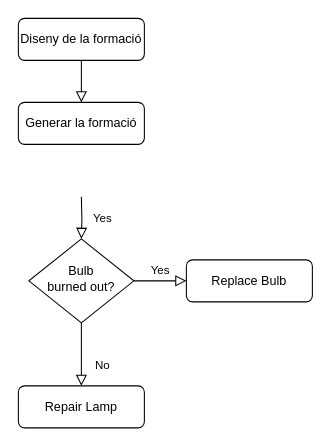
Before: draw.io/Diagrama de formació.drawio in cefirefp/cefirefp.github.io, a draw.io diagram. Source tidied: cells renumbered, new cells numbered last; positions are measured from the earlier drawing's top-left corner, leaving out a move shared by most shapes. Both pictures are drawn from the tidied source at 105%, with x=0, y=0 at pixel (18, 18).
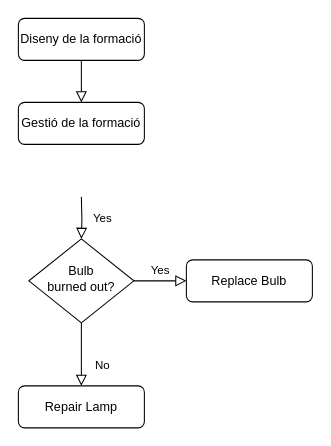
Above is the later version.

Diff of the diagram source:
```diff
@@
 <mxGraphModel>
   <root>
     <mxCell id="0" />
     <mxCell id="1" parent="0" />
     <mxCell id="2" style="rounded=0;html=1;jettySize=auto;fontSize=11;endArrow=block;endFill=0;endSize=8;strokeWidth=1;shadow=0;labelBackgroundColor=none;edgeStyle=orthogonalEdgeStyle;" parent="1" edge="1" source="3" target="5">
       <mxGeometry relative="1" as="geometry" />
     </mxCell>
     <mxCell id="3" value="Diseny de la formació" style="rounded=1;whiteSpace=wrap;html=1;fontSize=12;glass=0;strokeWidth=1;shadow=0;" parent="1" vertex="1">
       <mxGeometry width="120" height="40" as="geometry" />
     </mxCell>
     <mxCell id="4" value="Yes" style="rounded=0;html=1;jettySize=auto;fontSize=11;endArrow=block;endFill=0;endSize=8;strokeWidth=1;shadow=0;labelBackgroundColor=none;edgeStyle=orthogonalEdgeStyle;" parent="1" edge="1" target="8">
       <mxGeometry y="20" relative="1" as="geometry">
         <mxPoint x="60" y="170" as="sourcePoint" />
       </mxGeometry>
     </mxCell>
-    <mxCell id="5" value="Generar la formació" style="rounded=1;whiteSpace=wrap;html=1;fontSize=12;glass=0;strokeWidth=1;shadow=0;" parent="1" vertex="1">
+    <mxCell id="5" value="Gestió de la formació" style="rounded=1;whiteSpace=wrap;html=1;fontSize=12;glass=0;strokeWidth=1;shadow=0;" parent="1" vertex="1">
       <mxGeometry y="80" width="120" height="40" as="geometry" />
     </mxCell>
     <mxCell id="6" value="No" style="rounded=0;html=1;jettySize=auto;fontSize=11;endArrow=block;endFill=0;endSize=8;strokeWidth=1;shadow=0;labelBackgroundColor=none;edgeStyle=orthogonalEdgeStyle;" parent="1" edge="1" source="8" target="9">
       <mxGeometry x="0.33" y="20" relative="1" as="geometry" />
     </mxCell>
     <mxCell id="7" value="Yes" style="edgeStyle=orthogonalEdgeStyle;rounded=0;html=1;jettySize=auto;fontSize=11;endArrow=block;endFill=0;endSize=8;strokeWidth=1;shadow=0;labelBackgroundColor=none;" parent="1" edge="1" source="8" target="10">
       <mxGeometry y="10" relative="1" as="geometry" />
     </mxCell>
     <mxCell id="8" value="Bulb&lt;br&gt;burned out?" style="rhombus;whiteSpace=wrap;html=1;shadow=0;fontFamily=Helvetica;fontSize=12;align=center;strokeWidth=1;spacing=6;spacingTop=-4;" parent="1" vertex="1">
       <mxGeometry x="10" y="210" width="100" height="80" as="geometry" />
     </mxCell>
     <mxCell id="9" value="Repair Lamp" style="rounded=1;whiteSpace=wrap;html=1;fontSize=12;glass=0;strokeWidth=1;shadow=0;" parent="1" vertex="1">
       <mxGeometry y="350" width="120" height="40" as="geometry" />
     </mxCell>
     <mxCell id="10" value="Replace Bulb" style="rounded=1;whiteSpace=wrap;html=1;fontSize=12;glass=0;strokeWidth=1;shadow=0;" parent="1" vertex="1">
       <mxGeometry x="160" y="230" width="120" height="40" as="geometry" />
     </mxCell>
   </root>
 </mxGraphModel>
```
